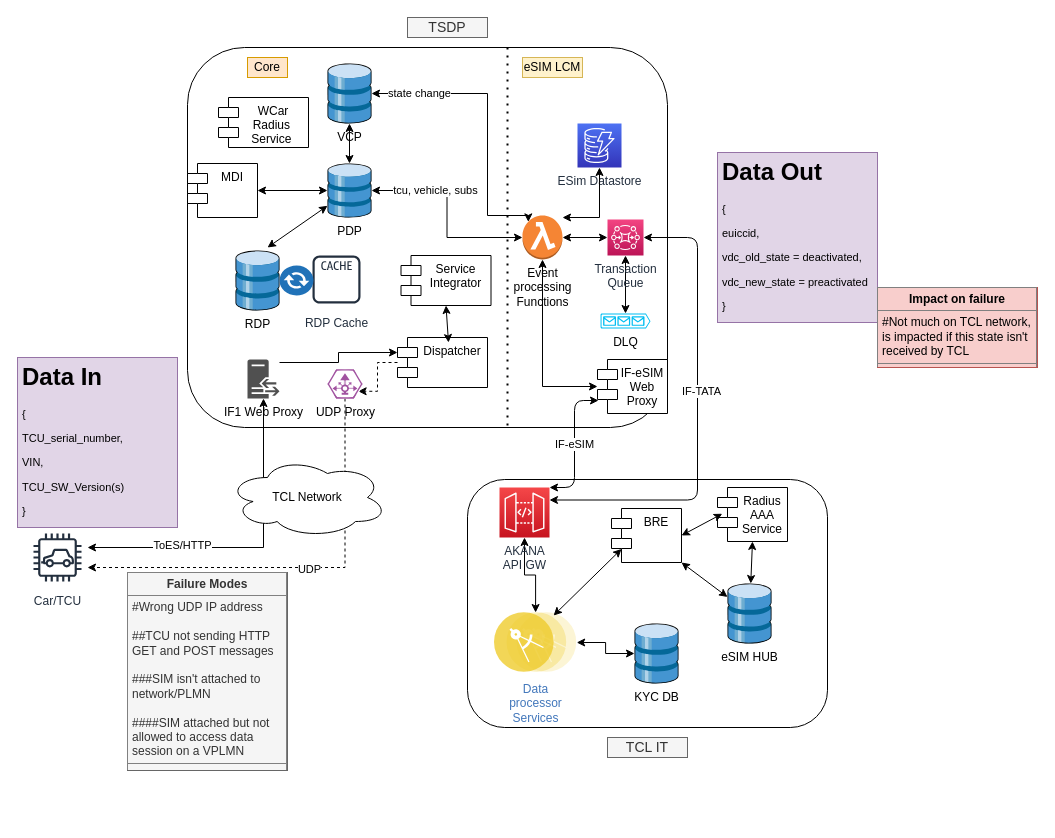
Before: page "GSM Comms Test" (3 of 12) of src/main/resources/VDC_eSIM_dataflow_WC_TCL.drawio in subhachat/CodeKata, a draw.io diagram. Source tidied: cells renumbered, new cells numbered last; positions are measured from the earlier drawing's top-left corner, leaving out a move shared by most shapes. Both pictures are drawn from the tidied source at 100%, with x=0, y=0 at pixel (17, 17).
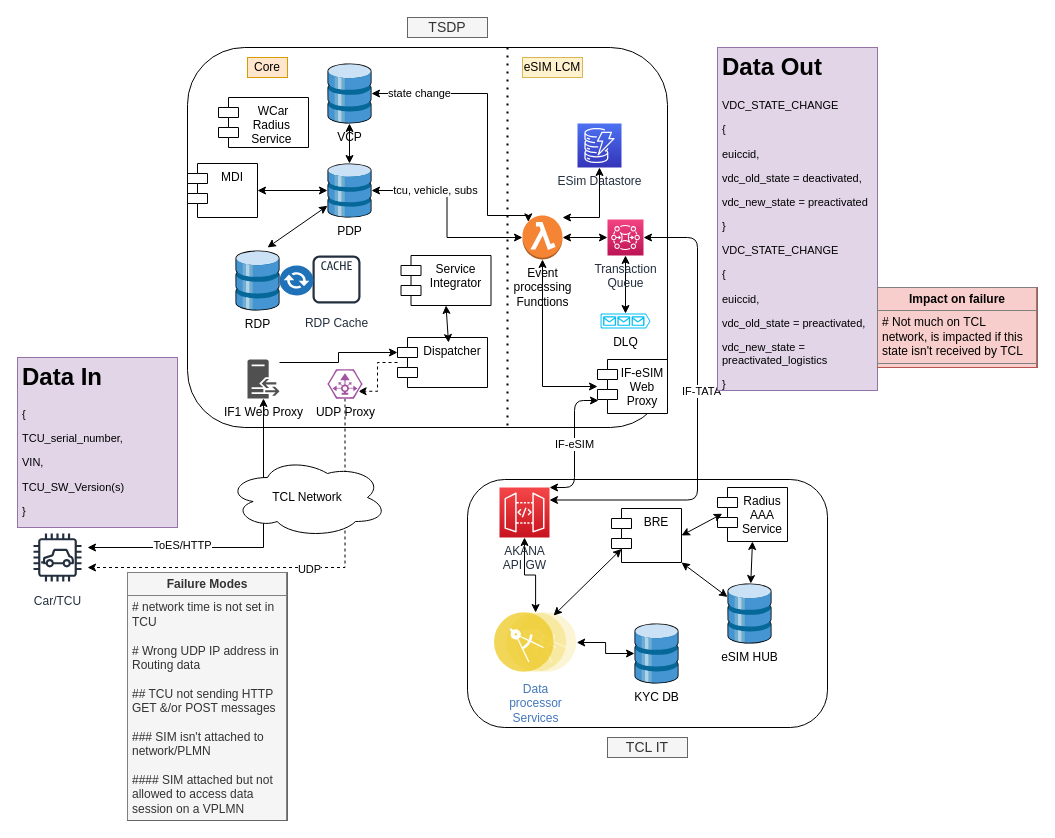
The same page after the edit.

What changed in the source:
```diff
@@
-    <mxCell id="59" value="&lt;h1&gt;Data Out&lt;/h1&gt;&lt;p style=&quot;font-size: 11px&quot;&gt;&lt;font style=&quot;font-size: 11px&quot;&gt;{&amp;nbsp;&lt;/font&gt;&lt;/p&gt;&lt;p style=&quot;font-size: 11px&quot;&gt;&lt;font style=&quot;font-size: 11px&quot;&gt;euiccid,&lt;/font&gt;&lt;/p&gt;&lt;p style=&quot;font-size: 11px&quot;&gt;&lt;font style=&quot;font-size: 11px&quot;&gt;vdc_old_state = deactivated,&lt;/font&gt;&lt;/p&gt;&lt;p style=&quot;font-size: 11px&quot;&gt;vdc_new_state = preactivated&lt;/p&gt;&lt;p style=&quot;font-size: 11px&quot;&gt;&lt;font style=&quot;font-size: 11px&quot;&gt;}&lt;/font&gt;&lt;/p&gt;&lt;p&gt;&lt;br&gt;&lt;/p&gt;" style="text;html=1;strokeColor=#9673a6;fillColor=#e1d5e7;spacing=5;spacingTop=-20;whiteSpace=wrap;overflow=hidden;rounded=0;" parent="1" vertex="1">
-      <mxGeometry x="700" y="135" width="160" height="170" as="geometry" />
+    <mxCell id="59" value="&lt;h1&gt;Data Out&lt;/h1&gt;&lt;span style=&quot;font-size: 11px&quot;&gt;VDC_STATE_CHANGE&amp;nbsp;&lt;/span&gt;&lt;p style=&quot;font-size: 11px&quot;&gt;&lt;font style=&quot;font-size: 11px&quot;&gt;{&amp;nbsp;&lt;/font&gt;&lt;/p&gt;&lt;p style=&quot;font-size: 11px&quot;&gt;&lt;font style=&quot;font-size: 11px&quot;&gt;euiccid,&lt;/font&gt;&lt;/p&gt;&lt;p style=&quot;font-size: 11px&quot;&gt;&lt;font style=&quot;font-size: 11px&quot;&gt;vdc_old_state = deactivated,&lt;/font&gt;&lt;/p&gt;&lt;p style=&quot;font-size: 11px&quot;&gt;vdc_new_state = preactivated&lt;/p&gt;&lt;p style=&quot;font-size: 11px&quot;&gt;&lt;font style=&quot;font-size: 11px&quot;&gt;}&lt;/font&gt;&lt;/p&gt;&lt;p style=&quot;font-size: 11px&quot;&gt;&lt;font style=&quot;font-size: 11px&quot;&gt;VDC_STATE_CHANGE&amp;nbsp;&lt;/font&gt;&lt;/p&gt;&lt;p style=&quot;font-size: 11px&quot;&gt;{&amp;nbsp;&lt;/p&gt;&lt;p style=&quot;font-size: 11px&quot;&gt;euiccid,&lt;/p&gt;&lt;p style=&quot;font-size: 11px&quot;&gt;vdc_old_state = preactivated,&lt;/p&gt;&lt;p style=&quot;font-size: 11px&quot;&gt;vdc_new_state = preactivated_logistics&lt;/p&gt;&lt;p style=&quot;font-size: 11px&quot;&gt;&lt;/p&gt;&lt;p style=&quot;font-size: 11px&quot;&gt;}&lt;/p&gt;&lt;p&gt;&lt;br&gt;&lt;/p&gt;" style="text;html=1;strokeColor=#9673a6;fillColor=#e1d5e7;spacing=5;spacingTop=-20;whiteSpace=wrap;overflow=hidden;rounded=0;" parent="1" vertex="1">
+      <mxGeometry x="700" y="30" width="160" height="343" as="geometry" />
     </mxCell>
@@
-    <mxCell id="62" value="&lt;table border=&quot;1&quot; width=&quot;100%&quot; cellpadding=&quot;4&quot; style=&quot;width: 100% ; height: 100% ; border-collapse: collapse&quot;&gt;&lt;tbody&gt;&lt;tr&gt;&lt;th align=&quot;center&quot;&gt;&lt;b&gt;Impact on failure&lt;/b&gt;&lt;/th&gt;&lt;/tr&gt;&lt;tr&gt;&lt;td&gt;#Not much on TCL network, is impacted if this state isn't received by TCL&lt;/td&gt;&lt;/tr&gt;&lt;tr&gt;&lt;td&gt;&lt;br&gt;&lt;/td&gt;&lt;/tr&gt;&lt;/tbody&gt;&lt;/table&gt;" style="text;html=1;strokeColor=#b85450;fillColor=#f8cecc;overflow=fill;whiteSpace=wrap;" parent="1" vertex="1">
+    <mxCell id="62" value="&lt;table border=&quot;1&quot; width=&quot;100%&quot; cellpadding=&quot;4&quot; style=&quot;width: 100% ; height: 100% ; border-collapse: collapse&quot;&gt;&lt;tbody&gt;&lt;tr&gt;&lt;th align=&quot;center&quot;&gt;&lt;b&gt;Impact on failure&lt;/b&gt;&lt;/th&gt;&lt;/tr&gt;&lt;tr&gt;&lt;td&gt;# Not much on TCL network, is impacted if this state isn't received by TCL&lt;/td&gt;&lt;/tr&gt;&lt;tr&gt;&lt;td&gt;&lt;br&gt;&lt;/td&gt;&lt;/tr&gt;&lt;/tbody&gt;&lt;/table&gt;" style="text;html=1;strokeColor=#b85450;fillColor=#f8cecc;overflow=fill;whiteSpace=wrap;" parent="1" vertex="1">
       <mxGeometry x="860" y="270" width="160" height="80" as="geometry" />
     </mxCell>
-    <mxCell id="63" value="&lt;table border=&quot;1&quot; width=&quot;100%&quot; cellpadding=&quot;4&quot; style=&quot;width: 100% ; height: 100% ; border-collapse: collapse&quot;&gt;&lt;tbody&gt;&lt;tr&gt;&lt;th align=&quot;center&quot;&gt;Failure Modes&lt;/th&gt;&lt;/tr&gt;&lt;tr&gt;&lt;td&gt;#Wrong UDP IP address&lt;br&gt;&lt;br&gt;##TCU not sending HTTP GET and POST messages&lt;br&gt;&lt;br&gt;###SIM isn't attached to network/PLMN&lt;br&gt;&lt;br&gt;####SIM attached but not allowed to access data session on a VPLMN&lt;/td&gt;&lt;/tr&gt;&lt;tr&gt;&lt;td&gt;&lt;br&gt;&lt;/td&gt;&lt;/tr&gt;&lt;/tbody&gt;&lt;/table&gt;" style="text;html=1;strokeColor=#666666;fillColor=#f5f5f5;overflow=fill;whiteSpace=wrap;fontColor=#333333;" parent="1" vertex="1">
-      <mxGeometry x="110" y="555" width="160" height="198" as="geometry" />
+    <mxCell id="63" value="&lt;table border=&quot;1&quot; width=&quot;100%&quot; cellpadding=&quot;4&quot; style=&quot;width: 100% ; height: 100% ; border-collapse: collapse&quot;&gt;&lt;tbody&gt;&lt;tr&gt;&lt;th align=&quot;center&quot;&gt;Failure Modes&lt;/th&gt;&lt;/tr&gt;&lt;tr&gt;&lt;td&gt;# network time is not set in TCU&lt;br&gt;&lt;br&gt;# Wrong UDP IP address in Routing data&lt;br&gt;&lt;br&gt;## TCU not sending HTTP GET &amp;amp;/or POST messages&lt;br&gt;&lt;br&gt;### SIM isn't attached to network/PLMN&lt;br&gt;&lt;br&gt;#### SIM attached but not allowed to access data session on a VPLMN&lt;/td&gt;&lt;/tr&gt;&lt;tr&gt;&lt;td&gt;&lt;br&gt;&lt;/td&gt;&lt;/tr&gt;&lt;/tbody&gt;&lt;/table&gt;" style="text;html=1;strokeColor=#666666;fillColor=#f5f5f5;overflow=fill;whiteSpace=wrap;fontColor=#333333;" parent="1" vertex="1">
+      <mxGeometry x="110" y="555" width="160" height="248" as="geometry" />
     </mxCell>
```
